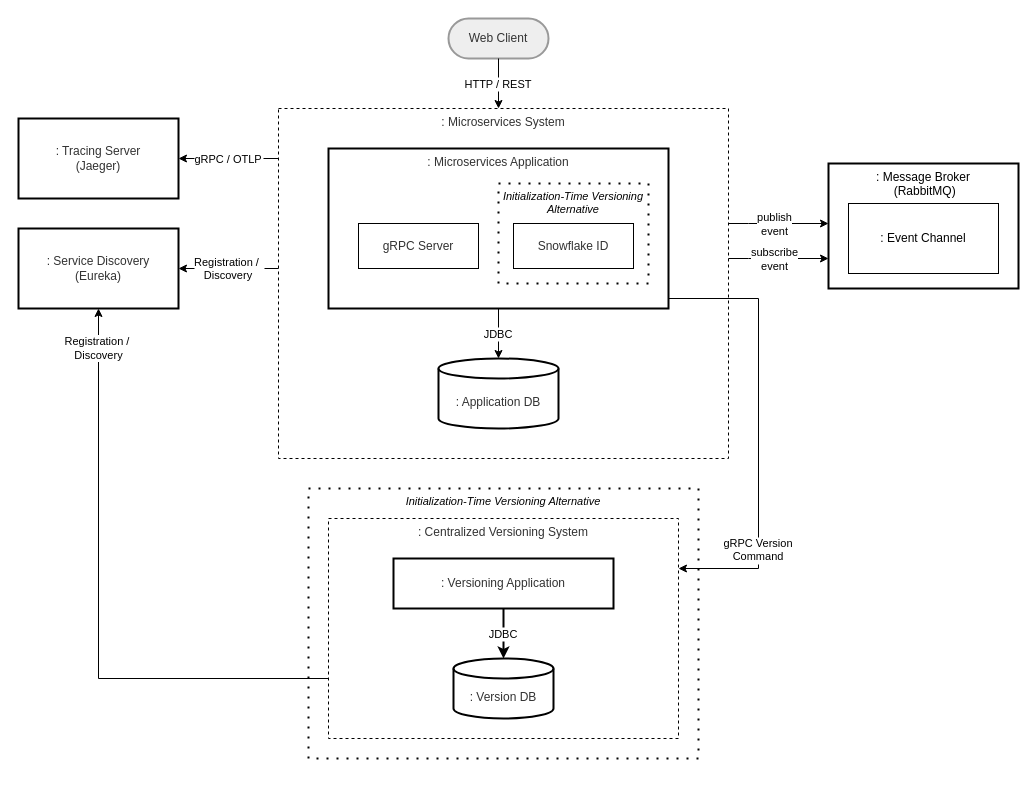
Before: data/figs/architecture/topology_grpc.drawio in socialsoftware/microservices-simulator, a draw.io diagram. Source tidied: cells renumbered, new cells numbered last; positions are measured from the earlier drawing's top-left corner, leaving out a move shared by most shapes. Both pictures are drawn from the tidied source at 100%, with x=0, y=0 at pixel (18, 18).
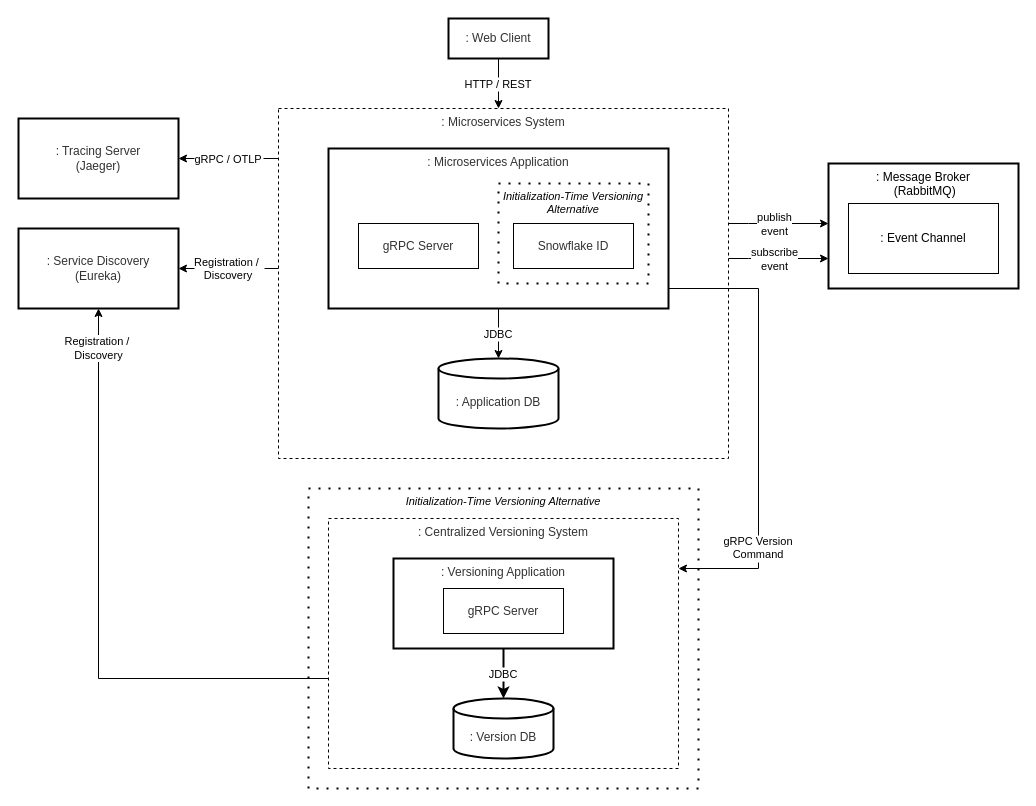
The same diagram, later.

Unchanged cells that the change refers to:
```xml
<mxCell id="21" value=": Microservices Application" style="whiteSpace=wrap;strokeWidth=2;fillColor=#ffffff;strokeColor=#000000;fontColor=light-dark(#333333,#cccccc);verticalAlign=top;" parent="1" vertex="1">
  <mxGeometry x="310" y="130" width="340" height="160" as="geometry" />
</mxCell>
```

What changed in the source:
```diff
@@
     <mxCell id="7" value="Initialization-Time Versioning Alternative" style="whiteSpace=wrap;strokeWidth=2;dashed=1;dashPattern=1 4;verticalAlign=top;fontStyle=2;fontSize=11;" parent="1" vertex="1">
-      <mxGeometry x="290" y="470" width="390" height="270" as="geometry" />
+      <mxGeometry x="290" y="470" width="390" height="300" as="geometry" />
     </mxCell>
@@
     <mxCell id="10" value=": Centralized Versioning System" style="whiteSpace=wrap;strokeWidth=1;verticalAlign=top;fillColor=default;strokeColor=#000000;fontColor=light-dark(#333333,#cccccc);dashed=1;dashPattern=3 3;" parent="1" vertex="1">
-      <mxGeometry x="310" y="500" width="350" height="220" as="geometry" />
+      <mxGeometry x="310" y="500" width="350" height="250" as="geometry" />
     </mxCell>
-    <mxCell id="11" value="Web Client" style="rounded=1;whiteSpace=wrap;arcSize=50;strokeWidth=2;fillColor=light-dark(#eeeeee,#1f2020);strokeColor=light-dark(#999999,#cccccc);fontColor=light-dark(#333333,#cccccc);" parent="1" vertex="1">
+    <mxCell id="11" value=": Web Client" style="whiteSpace=wrap;strokeWidth=2;fillColor=#ffffff;strokeColor=#000000;fontColor=light-dark(#333333,#cccccc);" parent="1" vertex="1">
       <mxGeometry x="430" width="100" height="40" as="geometry" />
     </mxCell>
@@
     <mxCell id="15" value="gRPC Version&#10;Command" style="startArrow=none;endArrow=classic;strokeWidth=1;rounded=0;edgeStyle=orthogonalEdgeStyle;startFill=0;endSize=6;endFill=1;" parent="1" edge="1" source="21" target="10">
       <mxGeometry x="0.55" relative="1" as="geometry">
         <Array as="points">
-          <mxPoint x="740" y="280" />
+          <mxPoint x="740" y="270" />
           <mxPoint x="740" y="550" />
         </Array>
       </mxGeometry>
     </mxCell>
@@
-    <mxCell id="18" value=": Versioning Application" style="whiteSpace=wrap;strokeWidth=2;fillColor=#ffffff;strokeColor=#000000;fontColor=light-dark(#333333,#cccccc);" parent="1" vertex="1">
-      <mxGeometry x="375" y="540" width="220" height="50" as="geometry" />
+    <mxCell id="18" value=": Versioning Application" style="whiteSpace=wrap;strokeWidth=2;fillColor=#ffffff;strokeColor=#000000;fontColor=light-dark(#333333,#cccccc);verticalAlign=top;" parent="1" vertex="1">
+      <mxGeometry x="375" y="540" width="220" height="90" as="geometry" />
     </mxCell>
     <mxCell id="19" value=": Version DB" style="shape=cylinder3;boundedLbl=1;backgroundOutline=1;size=10;strokeWidth=2;whiteSpace=wrap;fillColor=#ffffff;strokeColor=#000000;fontColor=light-dark(#333333,#cccccc);" parent="1" vertex="1">
-      <mxGeometry x="435" y="640" width="100" height="60" as="geometry" />
+      <mxGeometry x="435" y="680" width="100" height="60" as="geometry" />
     </mxCell>
@@
+    <mxCell id="29" value="gRPC Server" style="whiteSpace=wrap;strokeWidth=1;fillColor=#ffffff;strokeColor=#000000;fontColor=light-dark(#333333,#cccccc);" parent="1" vertex="1">
+      <mxGeometry x="425" y="570" width="120" height="45" as="geometry" />
+    </mxCell>
```
